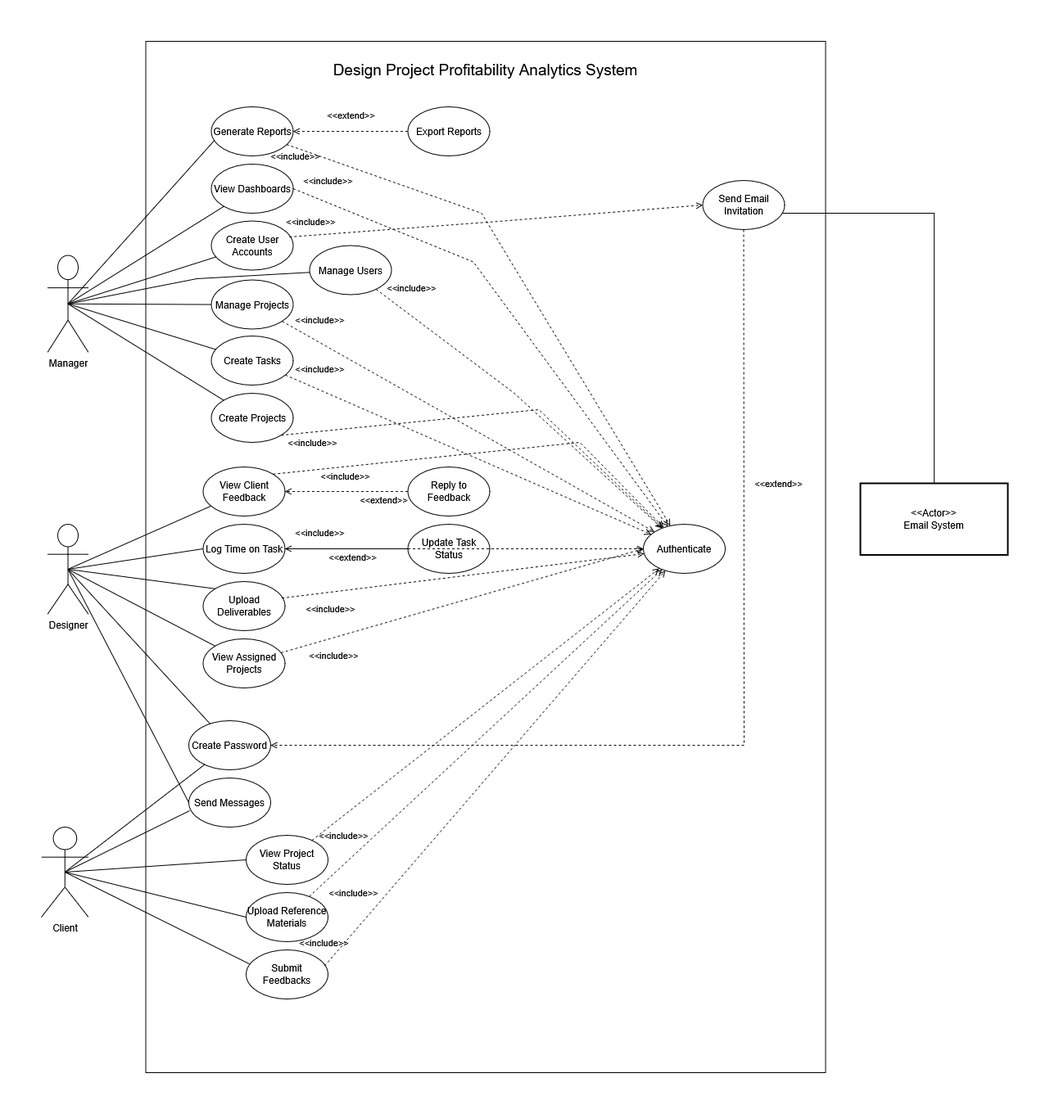
This is docs/diagrams/UseCaseGlobal.drawio.png from mahdi000666/design-analytics, a draw.io export, as it was before one commit. Source tidied: cells renumbered, new cells last; positions are measured from the earlier drawing's top-left corner, leaving out a move shared by most shapes.
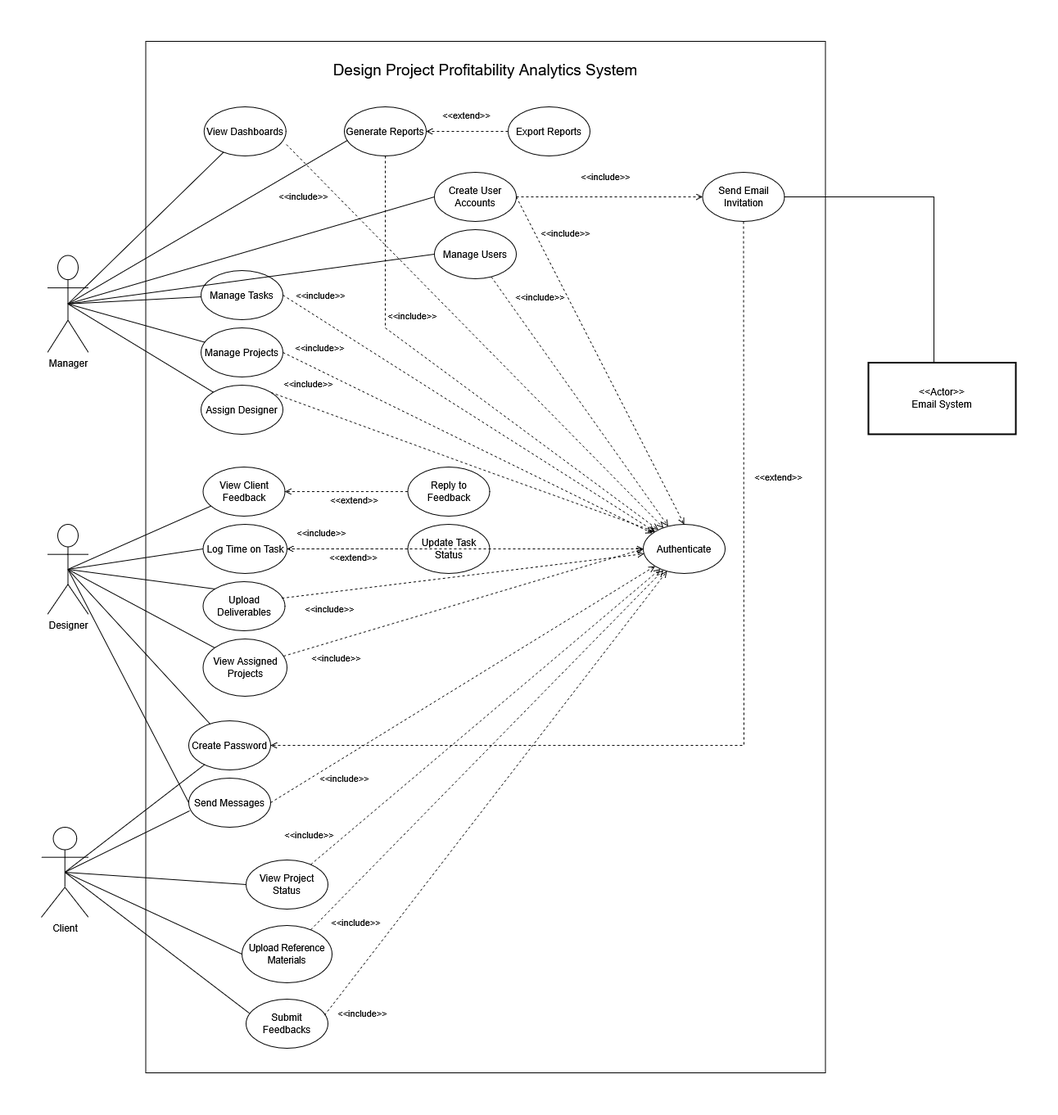
The same file after the commit.

The edit, as a diff of the source:
```diff
@@ -12,122 +12,71 @@
       <mxGeometry x="350" y="10" width="385" height="50" as="geometry" />
     </mxCell>
     <mxCell id="5" value="Manage Projects" style="ellipse;whiteSpace=wrap;html=1;" parent="1" vertex="1">
-      <mxGeometry x="207.5" y="291.6" width="100" height="60" as="geometry" />
+      <mxGeometry x="195" y="350" width="100" height="60" as="geometry" />
     </mxCell>
     <mxCell id="6" style="edgeStyle=none;html=1;endArrow=none;verticalAlign=bottom;rounded=0;exitX=0.5;exitY=0.5;exitDx=0;exitDy=0;exitPerimeter=0;" parent="1" edge="1" source="2" target="5">
       <mxGeometry relative="1" as="geometry" />
     </mxCell>
     <mxCell id="7" value="Create User Accounts" style="ellipse;whiteSpace=wrap;html=1;" parent="1" vertex="1">
-      <mxGeometry x="207.5" y="219.6" width="100" height="60" as="geometry" />
+      <mxGeometry x="480" y="160" width="100" height="60" as="geometry" />
     </mxCell>
-    <mxCell id="8" style="edgeStyle=none;html=1;endArrow=none;verticalAlign=bottom;rounded=0;exitX=0.5;exitY=0.5;exitDx=0;exitDy=0;exitPerimeter=0;" parent="1" edge="1" source="2" target="7">
-      <mxGeometry relative="1" as="geometry" />
-    </mxCell>
     <mxCell id="9" value="Designer" style="shape=umlActor;verticalLabelPosition=bottom;verticalAlign=top;html=1;outlineConnect=0;" parent="1" vertex="1">
       <mxGeometry x="7.5" y="590" width="50" height="110" as="geometry" />
     </mxCell>
     <mxCell id="10" value="Client" style="shape=umlActor;verticalLabelPosition=bottom;verticalAlign=top;html=1;outlineConnect=0;" parent="1" vertex="1">
       <mxGeometry y="960" width="57.5" height="110" as="geometry" />
     </mxCell>
-    <mxCell id="11" value="Create Projects" style="ellipse;whiteSpace=wrap;html=1;" parent="1" vertex="1">
-      <mxGeometry x="207.5" y="430" width="100" height="60" as="geometry" />
-    </mxCell>
-    <mxCell id="12" style="edgeStyle=none;html=1;endArrow=none;verticalAlign=bottom;rounded=0;exitX=0.5;exitY=0.5;exitDx=0;exitDy=0;exitPerimeter=0;" parent="1" edge="1" source="2" target="11">
-      <mxGeometry relative="1" as="geometry" />
-    </mxCell>
-    <mxCell id="13" value="&amp;lt;&amp;lt;include&amp;gt;&amp;gt;" style="html=1;verticalAlign=bottom;labelBackgroundColor=none;endArrow=open;endFill=0;dashed=1;rounded=0;entryX=0;entryY=0.5;entryDx=0;entryDy=0;exitX=0.953;exitY=0.324;exitDx=0;exitDy=0;exitPerimeter=0;" parent="1" edge="1" source="7" target="14">
-      <mxGeometry x="-0.89" y="7" relative="1" as="geometry">
-        <Array as="points">
-          <mxPoint x="557.5" y="220" />
-        </Array>
-        <mxPoint x="-1" as="offset" />
-      </mxGeometry>
-    </mxCell>
     <mxCell id="14" value="Send Email Invitation" style="ellipse;whiteSpace=wrap;html=1;" parent="1" vertex="1">
-      <mxGeometry x="807.5" y="170" width="100" height="60" as="geometry" />
+      <mxGeometry x="807.5" y="160" width="100" height="60" as="geometry" />
     </mxCell>
     <mxCell id="15" value="&lt;&lt;Actor&gt;&gt;&#10;Email System" style="whiteSpace=wrap;strokeWidth=2;" parent="1" vertex="1">
-      <mxGeometry x="1000" y="540" width="180" height="87.5" as="geometry" />
+      <mxGeometry x="1010" y="392.5" width="180" height="87.5" as="geometry" />
     </mxCell>
-    <mxCell id="16" style="edgeStyle=elbowEdgeStyle;html=1;endArrow=none;elbow=vertical;rounded=0;" parent="1" edge="1" source="15" target="14">
+    <mxCell id="16" style="edgeStyle=elbowEdgeStyle;html=1;endArrow=none;elbow=vertical;rounded=0;entryX=1;entryY=0.5;entryDx=0;entryDy=0;" parent="1" edge="1" source="15" target="14">
       <mxGeometry relative="1" as="geometry">
         <Array as="points">
-          <mxPoint x="1090" y="210" />
+          <mxPoint x="1090" y="190" />
         </Array>
       </mxGeometry>
     </mxCell>
-    <mxCell id="17" value="Create Tasks" style="ellipse;whiteSpace=wrap;html=1;" parent="1" vertex="1">
-      <mxGeometry x="207.5" y="360" width="100" height="60" as="geometry" />
-    </mxCell>
-    <mxCell id="18" style="edgeStyle=none;html=1;endArrow=none;verticalAlign=bottom;rounded=0;exitX=0.5;exitY=0.5;exitDx=0;exitDy=0;exitPerimeter=0;" parent="1" edge="1" source="2" target="17">
-      <mxGeometry relative="1" as="geometry" />
-    </mxCell>
     <mxCell id="19" value="&lt;div&gt;Authenticate&lt;/div&gt;" style="ellipse;whiteSpace=wrap;html=1;" parent="1" vertex="1">
       <mxGeometry x="735" y="590" width="100" height="60" as="geometry" />
     </mxCell>
-    <mxCell id="20" value="&amp;lt;&amp;lt;include&amp;gt;&amp;gt;" style="html=1;verticalAlign=bottom;labelBackgroundColor=none;endArrow=open;endFill=0;dashed=1;rounded=0;" parent="1" edge="1" source="5" target="19">
+    <mxCell id="20" value="&amp;lt;&amp;lt;include&amp;gt;&amp;gt;" style="html=1;verticalAlign=bottom;labelBackgroundColor=none;endArrow=open;endFill=0;dashed=1;rounded=0;exitX=1;exitY=0.5;exitDx=0;exitDy=0;" parent="1" edge="1" source="5" target="19">
       <mxGeometry x="-0.83" y="16" relative="1" as="geometry" />
     </mxCell>
-    <mxCell id="21" value="&amp;lt;&amp;lt;include&amp;gt;&amp;gt;" style="html=1;verticalAlign=bottom;labelBackgroundColor=none;endArrow=open;endFill=0;dashed=1;rounded=0;" parent="1" edge="1" source="17" target="19">
-      <mxGeometry x="-0.84" y="15" relative="1" as="geometry">
-        <mxPoint x="-1" as="offset" />
-      </mxGeometry>
-    </mxCell>
-    <mxCell id="22" value="&amp;lt;&amp;lt;include&amp;gt;&amp;gt;" style="html=1;verticalAlign=bottom;labelBackgroundColor=none;endArrow=open;endFill=0;dashed=1;rounded=0;exitX=1;exitY=1;exitDx=0;exitDy=0;" parent="1" edge="1" source="11" target="19">
-      <mxGeometry x="-0.87" y="-22" relative="1" as="geometry">
-        <Array as="points">
-          <mxPoint x="607.5" y="450" />
-        </Array>
-      </mxGeometry>
-    </mxCell>
     <mxCell id="23" value="Manage Users" style="ellipse;whiteSpace=wrap;html=1;" parent="1" vertex="1">
-      <mxGeometry x="327.5" y="249.6" width="100" height="60" as="geometry" />
+      <mxGeometry x="480" y="230" width="100" height="60" as="geometry" />
     </mxCell>
-    <mxCell id="24" style="edgeStyle=none;html=1;endArrow=none;verticalAlign=bottom;rounded=0;exitX=0.5;exitY=0.5;exitDx=0;exitDy=0;exitPerimeter=0;" parent="1" edge="1" source="2" target="23">
-      <mxGeometry relative="1" as="geometry">
-        <Array as="points">
-          <mxPoint x="190" y="290" />
-        </Array>
-      </mxGeometry>
-    </mxCell>
     <mxCell id="25" value="&amp;lt;&amp;lt;include&amp;gt;&amp;gt;" style="html=1;verticalAlign=bottom;labelBackgroundColor=none;endArrow=open;endFill=0;dashed=1;rounded=0;" parent="1" edge="1" source="23" target="19">
-      <mxGeometry x="-0.84" y="19" relative="1" as="geometry">
-        <Array as="points">
-          <mxPoint x="577.5" y="430" />
-        </Array>
-        <mxPoint x="1" as="offset" />
-      </mxGeometry>
+      <mxGeometry x="-0.66" y="29" relative="1" as="geometry" />
     </mxCell>
     <mxCell id="26" value="View Dashboards" style="ellipse;whiteSpace=wrap;html=1;" parent="1" vertex="1">
-      <mxGeometry x="207.5" y="150" width="100" height="60" as="geometry" />
+      <mxGeometry x="198.8" y="80" width="100" height="60" as="geometry" />
     </mxCell>
     <mxCell id="27" style="edgeStyle=none;html=1;endArrow=none;verticalAlign=bottom;rounded=0;exitX=0.5;exitY=0.5;exitDx=0;exitDy=0;exitPerimeter=0;" parent="1" edge="1" source="2" target="26">
       <mxGeometry relative="1" as="geometry" />
     </mxCell>
-    <mxCell id="28" value="&amp;lt;&amp;lt;include&amp;gt;&amp;gt;" style="html=1;verticalAlign=bottom;labelBackgroundColor=none;endArrow=open;endFill=0;dashed=1;rounded=0;exitX=1;exitY=0.5;exitDx=0;exitDy=0;" parent="1" edge="1" source="26" target="19">
-      <mxGeometry x="-0.88" y="16" relative="1" as="geometry">
+    <mxCell id="28" value="&amp;lt;&amp;lt;include&amp;gt;&amp;gt;" style="html=1;verticalAlign=bottom;labelBackgroundColor=none;endArrow=open;endFill=0;dashed=1;rounded=0;" parent="1" edge="1" source="29" target="19">
+      <mxGeometry x="-0.25" y="24" relative="1" as="geometry">
         <Array as="points">
-          <mxPoint x="527.5" y="269.6" />
+          <mxPoint x="420" y="350" />
         </Array>
-        <mxPoint x="-1" as="offset" />
       </mxGeometry>
     </mxCell>
     <mxCell id="29" value="&lt;div&gt;Generate Reports&lt;/div&gt;" style="ellipse;whiteSpace=wrap;html=1;" parent="1" vertex="1">
-      <mxGeometry x="207.5" y="80" width="100" height="60" as="geometry" />
+      <mxGeometry x="370" y="80" width="100" height="60" as="geometry" />
     </mxCell>
     <mxCell id="30" style="edgeStyle=none;html=1;endArrow=none;verticalAlign=bottom;rounded=0;exitX=0.5;exitY=0.5;exitDx=0;exitDy=0;exitPerimeter=0;entryX=0.039;entryY=0.682;entryDx=0;entryDy=0;entryPerimeter=0;" parent="1" edge="1" source="2" target="29">
       <mxGeometry relative="1" as="geometry" />
     </mxCell>
     <mxCell id="31" value="&amp;lt;&amp;lt;include&amp;gt;&amp;gt;" style="html=1;verticalAlign=bottom;labelBackgroundColor=none;endArrow=open;endFill=0;dashed=1;rounded=0;" parent="1" edge="1" target="19">
-      <mxGeometry x="-0.95" y="-19" relative="1" as="geometry">
+      <mxGeometry x="-0.8" y="-37" relative="1" as="geometry">
         <mxPoint x="299.3" y="126" as="sourcePoint" />
-        <Array as="points">
-          <mxPoint x="537.5" y="210" />
-        </Array>
       </mxGeometry>
     </mxCell>
     <mxCell id="32" value="Export Reports" style="ellipse;whiteSpace=wrap;html=1;" parent="1" vertex="1">
-      <mxGeometry x="447.5" y="80" width="100" height="60" as="geometry" />
+      <mxGeometry x="570" y="80" width="100" height="60" as="geometry" />
     </mxCell>
     <mxCell id="33" value="&amp;lt;&amp;lt;extend&amp;gt;&amp;gt;" style="html=1;verticalAlign=bottom;labelBackgroundColor=none;endArrow=open;endFill=0;dashed=1;rounded=0;exitX=0;exitY=0.5;exitDx=0;exitDy=0;" parent="1" edge="1" source="32" target="29">
       <mxGeometry y="-10" relative="1" as="geometry" />
@@ -136,7 +85,7 @@
       <mxGeometry x="447.5" y="590" width="100" height="60" as="geometry" />
     </mxCell>
     <mxCell id="35" value="Log Time on Task" style="ellipse;whiteSpace=wrap;html=1;" parent="1" vertex="1">
-      <mxGeometry x="197.5" y="590" width="100" height="60" as="geometry" />
+      <mxGeometry x="197.5" y="590" width="102.5" height="60" as="geometry" />
     </mxCell>
     <mxCell id="36" style="edgeStyle=none;html=1;endArrow=none;verticalAlign=bottom;rounded=0;exitX=0.5;exitY=0.5;exitDx=0;exitDy=0;exitPerimeter=0;entryX=0;entryY=0.5;entryDx=0;entryDy=0;" parent="1" edge="1" source="9" target="35">
       <mxGeometry relative="1" as="geometry" />
@@ -151,15 +100,10 @@
       <mxGeometry x="447.5" y="520" width="100" height="60" as="geometry" />
     </mxCell>
     <mxCell id="40" value="&amp;lt;&amp;lt;extend&amp;gt;&amp;gt;" style="html=1;verticalAlign=bottom;labelBackgroundColor=none;endArrow=open;endFill=0;dashed=1;rounded=0;exitX=0;exitY=0.5;exitDx=0;exitDy=0;entryX=1;entryY=0.5;entryDx=0;entryDy=0;exitPerimeter=0;" parent="1" edge="1" source="39" target="37">
-      <mxGeometry x="-0.6" y="20" relative="1" as="geometry" />
+      <mxGeometry x="-0.1" y="20" relative="1" as="geometry">
+        <mxPoint x="1" as="offset" />
+      </mxGeometry>
     </mxCell>
-    <mxCell id="41" value="&amp;lt;&amp;lt;include&amp;gt;&amp;gt;" style="html=1;verticalAlign=bottom;labelBackgroundColor=none;endArrow=open;endFill=0;dashed=1;rounded=0;exitX=1;exitY=0;exitDx=0;exitDy=0;" parent="1" edge="1" source="37" target="19">
-      <mxGeometry x="-0.67" y="-21" relative="1" as="geometry">
-        <Array as="points">
-          <mxPoint x="657.5" y="490" />
-        </Array>
-      </mxGeometry>
-    </mxCell>
     <mxCell id="42" value="&amp;lt;&amp;lt;include&amp;gt;&amp;gt;" style="html=1;verticalAlign=bottom;labelBackgroundColor=none;endArrow=open;endFill=0;dashed=1;rounded=0;" parent="1" edge="1" source="35" target="19">
       <mxGeometry x="-0.81" y="10" relative="1" as="geometry" />
     </mxCell>
@@ -176,13 +120,13 @@
       <mxGeometry x="-0.75" y="-30" relative="1" as="geometry" />
     </mxCell>
     <mxCell id="47" value="&lt;div&gt;View Project Status&lt;/div&gt;" style="ellipse;whiteSpace=wrap;html=1;" parent="1" vertex="1">
-      <mxGeometry x="250" y="970" width="100" height="60" as="geometry" />
+      <mxGeometry x="250" y="1000" width="100" height="60" as="geometry" />
     </mxCell>
     <mxCell id="48" style="edgeStyle=none;html=1;endArrow=none;verticalAlign=bottom;rounded=0;exitX=0.5;exitY=0.5;exitDx=0;exitDy=0;exitPerimeter=0;entryX=0;entryY=0.5;entryDx=0;entryDy=0;" parent="1" edge="1" source="10" target="47">
       <mxGeometry relative="1" as="geometry" />
     </mxCell>
     <mxCell id="49" value="&lt;div&gt;Submit Feedbacks&lt;/div&gt;" style="ellipse;whiteSpace=wrap;html=1;" parent="1" vertex="1">
-      <mxGeometry x="250" y="1110" width="100" height="60" as="geometry" />
+      <mxGeometry x="250" y="1170" width="100" height="60" as="geometry" />
     </mxCell>
     <mxCell id="50" style="edgeStyle=none;html=1;endArrow=none;verticalAlign=bottom;rounded=0;entryX=0.039;entryY=0.285;entryDx=0;entryDy=0;exitX=0.5;exitY=0.5;exitDx=0;exitDy=0;exitPerimeter=0;entryPerimeter=0;" parent="1" edge="1" source="10" target="49">
       <mxGeometry relative="1" as="geometry" />
@@ -196,20 +140,22 @@
     <mxCell id="53" style="edgeStyle=none;html=1;endArrow=none;verticalAlign=bottom;rounded=0;exitX=0.5;exitY=0.5;exitDx=0;exitDy=0;exitPerimeter=0;" parent="1" edge="1" source="10" target="51">
       <mxGeometry relative="1" as="geometry" />
     </mxCell>
-    <mxCell id="54" value="&lt;div&gt;Upload Reference Materials&lt;/div&gt;" style="ellipse;whiteSpace=wrap;html=1;" parent="1" vertex="1">
-      <mxGeometry x="250" y="1040" width="100" height="60" as="geometry" />
+    <mxCell id="54" value="&lt;div&gt;&lt;font style=&quot;font-size: 11.5px;&quot;&gt;Upload Reference Materials&lt;/font&gt;&lt;/div&gt;" style="ellipse;whiteSpace=wrap;html=1;" parent="1" vertex="1">
+      <mxGeometry x="245" y="1080" width="110" height="70" as="geometry" />
     </mxCell>
     <mxCell id="55" style="edgeStyle=none;html=1;endArrow=none;verticalAlign=bottom;rounded=0;entryX=0;entryY=0.5;entryDx=0;entryDy=0;exitX=0.5;exitY=0.5;exitDx=0;exitDy=0;exitPerimeter=0;" parent="1" edge="1" source="10" target="54">
       <mxGeometry relative="1" as="geometry" />
     </mxCell>
     <mxCell id="56" value="&amp;lt;&amp;lt;include&amp;gt;&amp;gt;" style="html=1;verticalAlign=bottom;labelBackgroundColor=none;endArrow=open;endFill=0;dashed=1;rounded=0;" parent="1" edge="1" source="47" target="19">
-      <mxGeometry x="-0.89" y="-27" relative="1" as="geometry" />
+      <mxGeometry x="-0.94" y="21" relative="1" as="geometry" />
     </mxCell>
     <mxCell id="57" value="&amp;lt;&amp;lt;include&amp;gt;&amp;gt;" style="html=1;verticalAlign=bottom;labelBackgroundColor=none;endArrow=open;endFill=0;dashed=1;rounded=0;" parent="1" edge="1" source="54" target="19">
       <mxGeometry x="-0.88" y="-40" relative="1" as="geometry" />
     </mxCell>
     <mxCell id="58" value="&amp;lt;&amp;lt;include&amp;gt;&amp;gt;" style="html=1;verticalAlign=bottom;labelBackgroundColor=none;endArrow=open;endFill=0;dashed=1;rounded=0;exitX=0.958;exitY=0.329;exitDx=0;exitDy=0;exitPerimeter=0;" parent="1" edge="1" source="49" target="19">
-      <mxGeometry x="-0.95" y="13" relative="1" as="geometry" />
+      <mxGeometry x="-0.94" y="-40" relative="1" as="geometry">
+        <mxPoint x="1" as="offset" />
+      </mxGeometry>
     </mxCell>
     <mxCell id="59" value="&lt;div&gt;Send Messages&lt;/div&gt;" style="ellipse;whiteSpace=wrap;html=1;" parent="1" vertex="1">
       <mxGeometry x="180" y="900" width="100" height="60" as="geometry" />
@@ -223,7 +169,7 @@
       <mxGeometry relative="1" as="geometry" />
     </mxCell>
     <mxCell id="62" value="View Assigned Projects" style="ellipse;whiteSpace=wrap;html=1;" parent="1" vertex="1">
-      <mxGeometry x="197.5" y="730" width="100" height="60" as="geometry" />
+      <mxGeometry x="197.5" y="730" width="102.5" height="70" as="geometry" />
     </mxCell>
     <mxCell id="63" style="edgeStyle=none;html=1;endArrow=none;verticalAlign=bottom;rounded=0;exitX=0.5;exitY=0.5;exitDx=0;exitDy=0;exitPerimeter=0;entryX=0;entryY=0;entryDx=0;entryDy=0;" parent="1" edge="1" source="9" target="62">
       <mxGeometry relative="1" as="geometry" />
@@ -238,5 +184,42 @@
         </Array>
       </mxGeometry>
     </mxCell>
+    <mxCell id="13" value="&amp;lt;&amp;lt;include&amp;gt;&amp;gt;" style="html=1;verticalAlign=bottom;labelBackgroundColor=none;endArrow=open;endFill=0;dashed=1;rounded=0;exitX=1;exitY=0.5;exitDx=0;exitDy=0;entryX=0;entryY=0.5;entryDx=0;entryDy=0;" parent="1" edge="1" source="7" target="14">
+      <mxGeometry x="-0.04" y="15" relative="1" as="geometry" />
+    </mxCell>
+    <mxCell id="66" value="Manage Tasks" style="ellipse;whiteSpace=wrap;html=1;" parent="1" vertex="1">
+      <mxGeometry x="195" y="280" width="100" height="60" as="geometry" />
+    </mxCell>
+    <mxCell id="67" style="edgeStyle=none;html=1;endArrow=none;verticalAlign=bottom;rounded=0;exitX=0.5;exitY=0.5;exitDx=0;exitDy=0;exitPerimeter=0;" parent="1" edge="1" source="2" target="66">
+      <mxGeometry relative="1" as="geometry" />
+    </mxCell>
+    <mxCell id="68" value="&amp;lt;&amp;lt;include&amp;gt;&amp;gt;" style="html=1;verticalAlign=bottom;labelBackgroundColor=none;endArrow=open;endFill=0;dashed=1;rounded=0;exitX=1;exitY=0.5;exitDx=0;exitDy=0;entryX=0.5;entryY=0;entryDx=0;entryDy=0;" parent="1" edge="1" source="7" target="19">
+      <mxGeometry x="-0.66" y="29" relative="1" as="geometry" />
+    </mxCell>
+    <mxCell id="69" value="&amp;lt;&amp;lt;include&amp;gt;&amp;gt;" style="html=1;verticalAlign=bottom;labelBackgroundColor=none;endArrow=open;endFill=0;dashed=1;rounded=0;exitX=1;exitY=0.5;exitDx=0;exitDy=0;entryX=0;entryY=0;entryDx=0;entryDy=0;" parent="1" edge="1" source="66" target="19">
+      <mxGeometry x="-0.83" y="16" relative="1" as="geometry" />
+    </mxCell>
+    <mxCell id="70" value="Assign Designer" style="ellipse;whiteSpace=wrap;html=1;" parent="1" vertex="1">
+      <mxGeometry x="195" y="420" width="100" height="60" as="geometry" />
+    </mxCell>
+    <mxCell id="71" style="edgeStyle=none;html=1;endArrow=none;verticalAlign=bottom;rounded=0;exitX=0.5;exitY=0.5;exitDx=0;exitDy=0;exitPerimeter=0;" parent="1" edge="1" source="2" target="70">
+      <mxGeometry relative="1" as="geometry" />
+    </mxCell>
+    <mxCell id="72" value="&amp;lt;&amp;lt;include&amp;gt;&amp;gt;" style="html=1;verticalAlign=bottom;labelBackgroundColor=none;endArrow=open;endFill=0;dashed=1;rounded=0;exitX=1;exitY=0;exitDx=0;exitDy=0;entryX=0;entryY=0;entryDx=0;entryDy=0;" parent="1" edge="1" source="70" target="19">
+      <mxGeometry x="-0.83" y="16" relative="1" as="geometry">
+        <Array as="points">
+          <mxPoint x="530" y="520" />
+        </Array>
+      </mxGeometry>
+    </mxCell>
+    <mxCell id="8" style="edgeStyle=none;html=1;endArrow=none;verticalAlign=bottom;rounded=0;exitX=0.5;exitY=0.5;exitDx=0;exitDy=0;exitPerimeter=0;entryX=0;entryY=0.5;entryDx=0;entryDy=0;" parent="1" edge="1" source="2" target="7">
+      <mxGeometry relative="1" as="geometry" />
+    </mxCell>
+    <mxCell id="24" style="edgeStyle=none;html=1;endArrow=none;verticalAlign=bottom;rounded=0;exitX=0.5;exitY=0.5;exitDx=0;exitDy=0;exitPerimeter=0;entryX=0;entryY=0.5;entryDx=0;entryDy=0;" parent="1" edge="1" source="2" target="23">
+      <mxGeometry relative="1" as="geometry" />
+    </mxCell>
+    <mxCell id="73" value="&amp;lt;&amp;lt;include&amp;gt;&amp;gt;" style="html=1;verticalAlign=bottom;labelBackgroundColor=none;endArrow=open;endFill=0;dashed=1;rounded=0;exitX=1;exitY=0.5;exitDx=0;exitDy=0;entryX=0;entryY=1;entryDx=0;entryDy=0;" parent="1" edge="1" source="59" target="19">
+      <mxGeometry x="-0.68" y="-30" relative="1" as="geometry" />
+    </mxCell>
   </root>
 </mxGraphModel>
```
